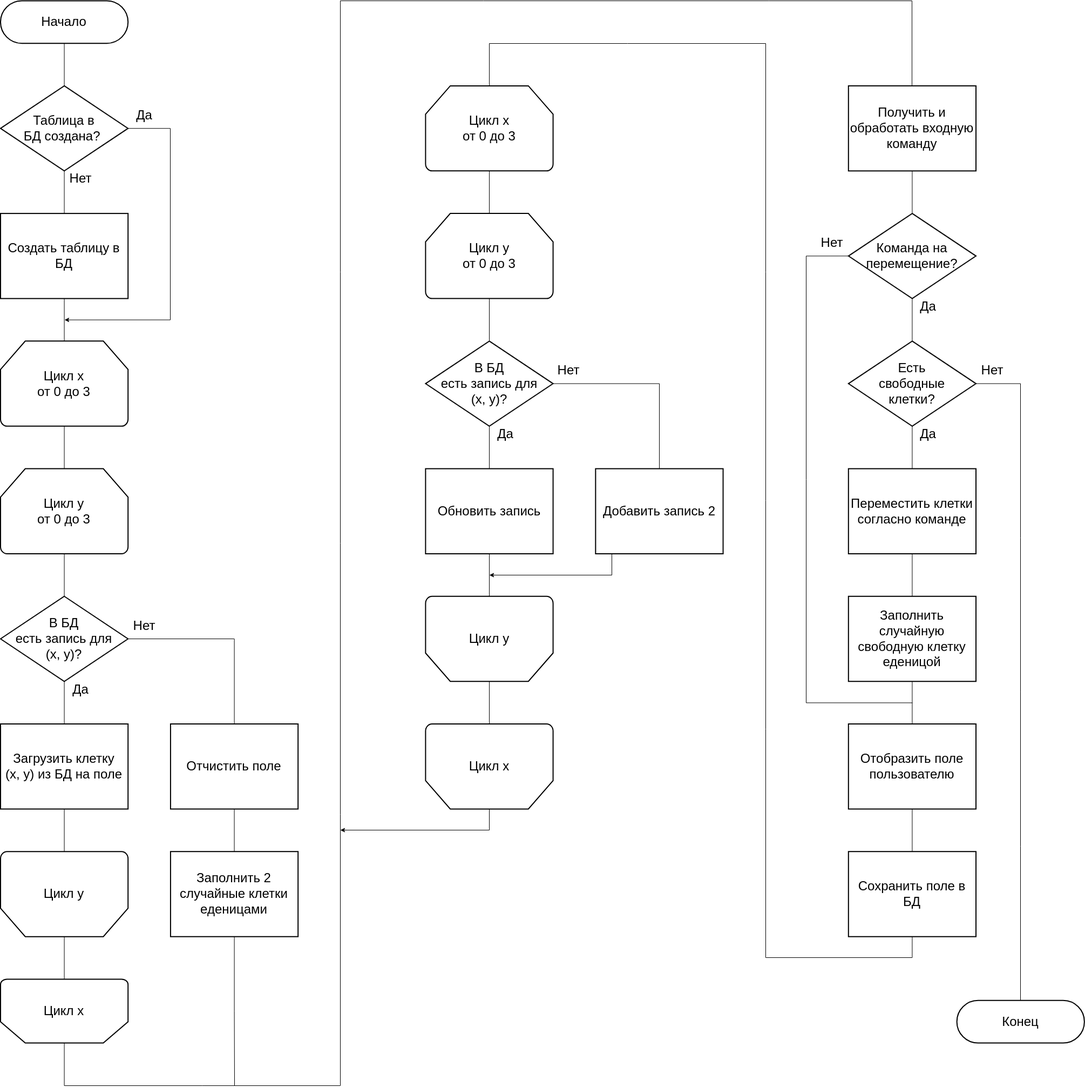
The draw.io diagram diagrams/flowcharts.drawio.png in Destructor17/graduation_project_report, before a commit. Source tidied: cells renumbered, new cells last; positions are measured from the earlier drawing's top-left corner, leaving out a move shared by most shapes.
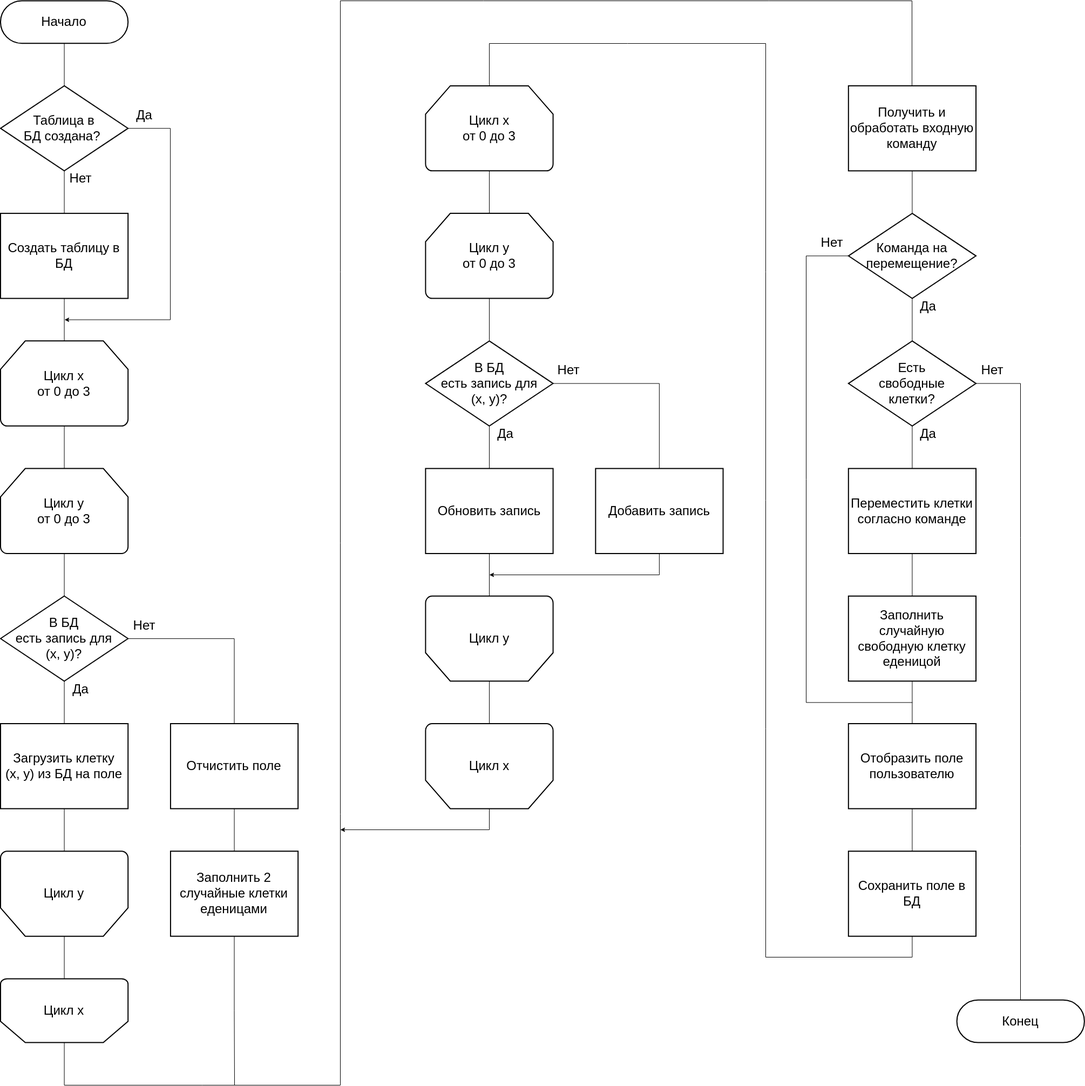
After the change.

What changed in the source:
```diff
@@ -230,11 +230,11 @@
       <mxGeometry relative="1" as="geometry">
         <mxPoint x="906.1" y="1063" as="targetPoint" />
         <Array as="points">
-          <mxPoint x="1133.1" y="1063" />
+          <mxPoint x="1221" y="1063" />
         </Array>
       </mxGeometry>
     </mxCell>
-    <mxCell id="65" value="&lt;span style=&quot;font-size: 24px;&quot;&gt;Добавить запись 2&lt;/span&gt;" style="rounded=0;whiteSpace=wrap;html=1;absoluteArcSize=1;arcSize=0;strokeWidth=2;strokeColor=default;align=center;verticalAlign=middle;fontFamily=Helvetica;fontSize=24;fontColor=default;fillColor=default;comic=0;fixDash=0;snapToPoint=0;" parent="1" vertex="1">
+    <mxCell id="65" value="&lt;span style=&quot;font-size: 24px;&quot;&gt;Добавить запись&lt;/span&gt;" style="rounded=0;whiteSpace=wrap;html=1;absoluteArcSize=1;arcSize=0;strokeWidth=2;strokeColor=default;align=center;verticalAlign=middle;fontFamily=Helvetica;fontSize=24;fontColor=default;fillColor=default;comic=0;fixDash=0;snapToPoint=0;" parent="1" vertex="1">
       <mxGeometry x="1102.8" y="866.1" width="236.2" height="157.5" as="geometry" />
     </mxCell>
     <mxCell id="66" style="edgeStyle=orthogonalEdgeStyle;html=1;endArrow=none;endFill=0;rounded=0;fontSize=24;" parent="1" edge="1" source="67" target="54">
```
